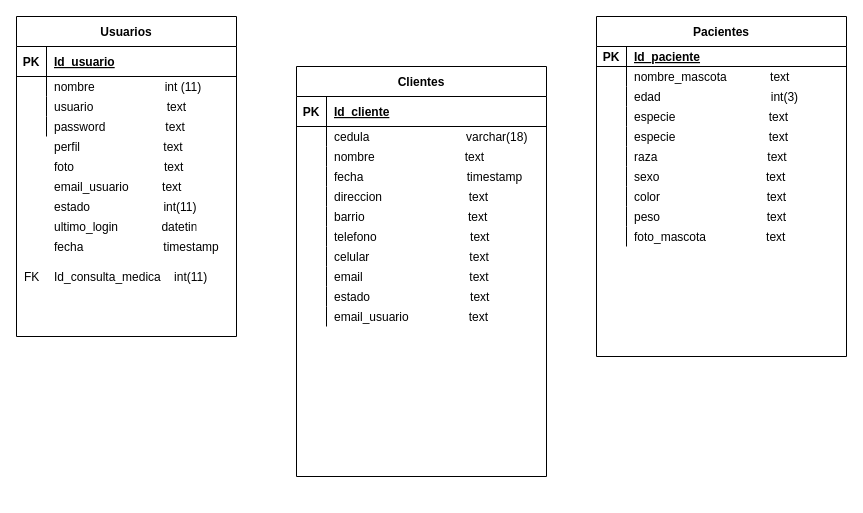
Before: Untitled Diagram.drawio in heberthm/ejemplos-blog, a draw.io diagram. Source tidied: cells renumbered, new cells numbered last; positions are measured from the earlier drawing's top-left corner, leaving out a move shared by most shapes. Both pictures are drawn from the tidied source at 100%, with x=0, y=0 at pixel (16, 16).
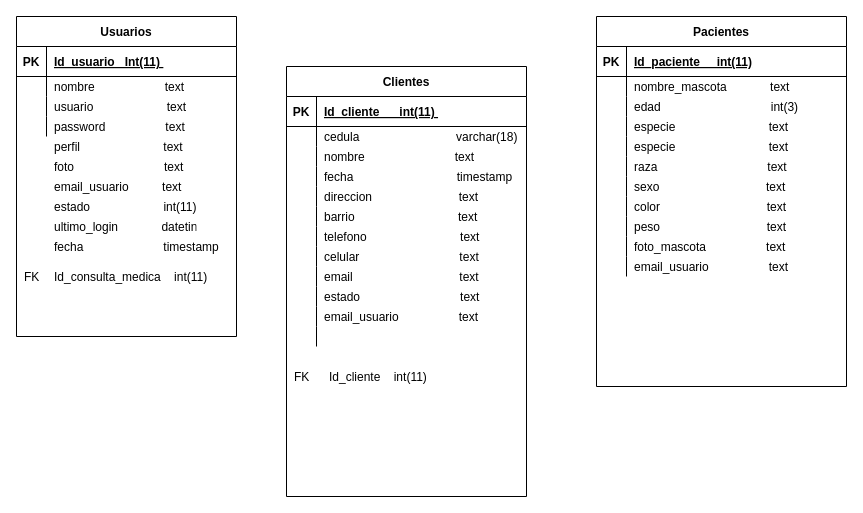
After the change.

Unchanged cells that the change refers to:
```xml
<mxCell id="5" style="shape=partialRectangle;fillColor=none;top=0;left=0;bottom=1;right=0;" parent="4" vertex="1">
  <mxGeometry y="30" width="220" height="30" as="geometry" />
</mxCell>
<mxCell id="8" style="shape=partialRectangle;fillColor=none;top=0;left=0;bottom=0;right=0;" parent="4" vertex="1">
  <mxGeometry y="60" width="220" height="20" as="geometry" />
</mxCell>
```

What changed in the source:
```diff
@@
-    <mxCell id="7" value="Id_usuario" style="shape=partialRectangle;fillColor=none;top=0;left=0;bottom=0;right=0;align=left;spacingLeft=6;fontStyle=5;overflow=hidden;" parent="5" vertex="1">
+    <mxCell id="7" value="Id_usuario   Int(11) " style="shape=partialRectangle;fillColor=none;top=0;left=0;bottom=0;right=0;align=left;spacingLeft=6;fontStyle=5;overflow=hidden;" parent="5" vertex="1">
       <mxGeometry x="30" width="190" height="30" as="geometry" />
     </mxCell>
@@
-    <mxCell id="10" value="nombre                     int (11)" style="shape=partialRectangle;fillColor=none;top=0;left=0;bottom=0;right=0;align=left;spacingLeft=6;overflow=hidden;" parent="8" vertex="1">
+    <mxCell id="10" value="nombre                     text" style="shape=partialRectangle;fillColor=none;top=0;left=0;bottom=0;right=0;align=left;spacingLeft=6;overflow=hidden;" parent="8" vertex="1">
       <mxGeometry x="30" width="190" height="20" as="geometry" />
     </mxCell>
@@
     <mxCell id="23" value="Pacientes" style="shape=table;startSize=30;childLayout=tableLayout;rowLines=0;fontStyle=1;align=center;" parent="1" vertex="1">
-      <mxGeometry x="580" width="250" height="340" as="geometry" />
+      <mxGeometry x="580" width="250" height="370" as="geometry" />
     </mxCell>
     <mxCell id="24" style="shape=partialRectangle;fillColor=none;top=0;left=0;right=0;bottom=1;" parent="23" vertex="1">
-      <mxGeometry y="30" width="250" height="20" as="geometry" />
+      <mxGeometry y="30" width="250" height="30" as="geometry" />
     </mxCell>
     <mxCell id="25" value="PK" style="shape=partialRectangle;overflow=hidden;fillColor=none;top=0;left=0;bottom=0;right=0;fontStyle=1;" parent="24" vertex="1">
-      <mxGeometry width="30" height="20" as="geometry" />
+      <mxGeometry width="30" height="30" as="geometry" />
     </mxCell>
-    <mxCell id="26" value="Id_paciente" style="shape=partialRectangle;overflow=hidden;fillColor=none;top=0;left=0;bottom=0;right=0;align=left;spacingLeft=6;fontStyle=5;" parent="24" vertex="1">
-      <mxGeometry x="30" width="220" height="20" as="geometry" />
+    <mxCell id="26" value="Id_paciente     int(11)" style="shape=partialRectangle;overflow=hidden;fillColor=none;top=0;left=0;bottom=0;right=0;align=left;spacingLeft=6;fontStyle=5;" parent="24" vertex="1">
+      <mxGeometry x="30" width="220" height="30" as="geometry" />
     </mxCell>
     <mxCell id="27" style="shape=partialRectangle;fillColor=none;top=0;left=0;right=0;bottom=0;" parent="23" vertex="1">
-      <mxGeometry y="50" width="250" height="20" as="geometry" />
+      <mxGeometry y="60" width="250" height="20" as="geometry" />
     </mxCell>
@@
     <mxCell id="30" style="shape=partialRectangle;fillColor=none;top=0;left=0;right=0;bottom=0;" parent="23" vertex="1">
-      <mxGeometry y="70" width="250" height="20" as="geometry" />
+      <mxGeometry y="80" width="250" height="20" as="geometry" />
     </mxCell>
@@
     <mxCell id="33" style="shape=partialRectangle;fillColor=none;top=0;left=0;right=0;bottom=0;" parent="23" vertex="1">
-      <mxGeometry y="90" width="250" height="20" as="geometry" />
+      <mxGeometry y="100" width="250" height="20" as="geometry" />
     </mxCell>
@@
     <mxCell id="36" style="shape=partialRectangle;fillColor=none;top=0;left=0;right=0;bottom=0;" parent="23" vertex="1">
-      <mxGeometry y="110" width="250" height="20" as="geometry" />
+      <mxGeometry y="120" width="250" height="20" as="geometry" />
     </mxCell>
@@
     <mxCell id="39" style="shape=partialRectangle;fillColor=none;top=0;left=0;right=0;bottom=0;" parent="23" vertex="1">
-      <mxGeometry y="130" width="250" height="20" as="geometry" />
+      <mxGeometry y="140" width="250" height="20" as="geometry" />
     </mxCell>
@@
     <mxCell id="42" style="shape=partialRectangle;fillColor=none;top=0;left=0;right=0;bottom=0;" parent="23" vertex="1">
-      <mxGeometry y="150" width="250" height="20" as="geometry" />
+      <mxGeometry y="160" width="250" height="20" as="geometry" />
     </mxCell>
@@
     <mxCell id="45" style="shape=partialRectangle;fillColor=none;top=0;left=0;right=0;bottom=0;" parent="23" vertex="1">
-      <mxGeometry y="170" width="250" height="20" as="geometry" />
+      <mxGeometry y="180" width="250" height="20" as="geometry" />
     </mxCell>
@@
     <mxCell id="48" style="shape=partialRectangle;fillColor=none;top=0;left=0;right=0;bottom=0;" parent="23" vertex="1">
-      <mxGeometry y="190" width="250" height="20" as="geometry" />
+      <mxGeometry y="200" width="250" height="20" as="geometry" />
     </mxCell>
@@
     <mxCell id="51" style="shape=partialRectangle;fillColor=none;top=0;left=0;right=0;bottom=0;" parent="23" vertex="1">
-      <mxGeometry y="210" width="250" height="20" as="geometry" />
+      <mxGeometry y="220" width="250" height="20" as="geometry" />
     </mxCell>
@@
+    <mxCell id="88" style="shape=partialRectangle;fillColor=none;top=0;left=0;right=0;bottom=0;" parent="23" vertex="1">
+      <mxGeometry y="240" width="250" height="20" as="geometry" />
+    </mxCell>
+    <mxCell id="89" style="shape=partialRectangle;overflow=hidden;fillColor=none;top=0;left=0;bottom=0;right=0;" parent="88" vertex="1">
+      <mxGeometry width="30" height="20" as="geometry" />
+    </mxCell>
+    <mxCell id="90" value="email_usuario                  text" style="shape=partialRectangle;overflow=hidden;fillColor=none;top=0;left=0;bottom=0;right=0;align=left;spacingLeft=6;" parent="88" vertex="1">
+      <mxGeometry x="30" width="220" height="20" as="geometry" />
+    </mxCell>
     <mxCell id="54" value="Clientes" style="shape=table;startSize=30;childLayout=tableLayout;rowLines=0;fontStyle=1;align=center;" parent="1" vertex="1">
-      <mxGeometry x="280" y="50" width="250" height="410" as="geometry" />
+      <mxGeometry x="270" y="50" width="240" height="430" as="geometry" />
     </mxCell>
     <mxCell id="55" style="shape=partialRectangle;fillColor=none;top=0;left=0;right=0;bottom=1;" parent="54" vertex="1">
-      <mxGeometry y="30" width="250" height="30" as="geometry" />
+      <mxGeometry y="30" width="240" height="30" as="geometry" />
     </mxCell>
@@
-    <mxCell id="57" value="Id_cliente" style="shape=partialRectangle;overflow=hidden;fillColor=none;top=0;left=0;bottom=0;right=0;align=left;spacingLeft=6;fontStyle=5;" parent="55" vertex="1">
-      <mxGeometry x="30" width="220" height="30" as="geometry" />
+    <mxCell id="57" value="Id_cliente      int(11) " style="shape=partialRectangle;overflow=hidden;fillColor=none;top=0;left=0;bottom=0;right=0;align=left;spacingLeft=6;fontStyle=5;" parent="55" vertex="1">
+      <mxGeometry x="30" width="210" height="30" as="geometry" />
     </mxCell>
     <mxCell id="58" style="shape=partialRectangle;fillColor=none;top=0;left=0;right=0;bottom=0;" parent="54" vertex="1">
-      <mxGeometry y="60" width="250" height="20" as="geometry" />
+      <mxGeometry y="60" width="240" height="20" as="geometry" />
     </mxCell>
@@
     <mxCell id="60" value="cedula                             varchar(18)" style="shape=partialRectangle;overflow=hidden;fillColor=none;top=0;left=0;bottom=0;right=0;align=left;spacingLeft=6;" parent="58" vertex="1">
-      <mxGeometry x="30" width="220" height="20" as="geometry" />
+      <mxGeometry x="30" width="210" height="20" as="geometry" />
     </mxCell>
     <mxCell id="61" style="shape=partialRectangle;fillColor=none;top=0;left=0;right=0;bottom=0;" parent="54" vertex="1">
-      <mxGeometry y="80" width="250" height="20" as="geometry" />
+      <mxGeometry y="80" width="240" height="20" as="geometry" />
     </mxCell>
@@
     <mxCell id="63" value="nombre                           text" style="shape=partialRectangle;overflow=hidden;fillColor=none;top=0;left=0;bottom=0;right=0;align=left;spacingLeft=6;" parent="61" vertex="1">
-      <mxGeometry x="30" width="220" height="20" as="geometry" />
+      <mxGeometry x="30" width="210" height="20" as="geometry" />
     </mxCell>
     <mxCell id="64" style="shape=partialRectangle;fillColor=none;top=0;left=0;right=0;bottom=0;" parent="54" vertex="1">
-      <mxGeometry y="100" width="250" height="20" as="geometry" />
+      <mxGeometry y="100" width="240" height="20" as="geometry" />
     </mxCell>
@@
     <mxCell id="66" value="fecha                               timestamp" style="shape=partialRectangle;overflow=hidden;fillColor=none;top=0;left=0;bottom=0;right=0;align=left;spacingLeft=6;" parent="64" vertex="1">
-      <mxGeometry x="30" width="220" height="20" as="geometry" />
+      <mxGeometry x="30" width="210" height="20" as="geometry" />
     </mxCell>
     <mxCell id="67" style="shape=partialRectangle;fillColor=none;top=0;left=0;right=0;bottom=0;" parent="54" vertex="1">
-      <mxGeometry y="120" width="250" height="20" as="geometry" />
+      <mxGeometry y="120" width="240" height="20" as="geometry" />
     </mxCell>
@@
     <mxCell id="69" value="direccion                          text" style="shape=partialRectangle;overflow=hidden;fillColor=none;top=0;left=0;bottom=0;right=0;align=left;spacingLeft=6;" parent="67" vertex="1">
-      <mxGeometry x="30" width="220" height="20" as="geometry" />
+      <mxGeometry x="30" width="210" height="20" as="geometry" />
     </mxCell>
     <mxCell id="70" style="shape=partialRectangle;fillColor=none;top=0;left=0;right=0;bottom=0;" parent="54" vertex="1">
-      <mxGeometry y="140" width="250" height="20" as="geometry" />
+      <mxGeometry y="140" width="240" height="20" as="geometry" />
     </mxCell>
@@
     <mxCell id="72" value="barrio                               text" style="shape=partialRectangle;overflow=hidden;fillColor=none;top=0;left=0;bottom=0;right=0;align=left;spacingLeft=6;" parent="70" vertex="1">
-      <mxGeometry x="30" width="220" height="20" as="geometry" />
+      <mxGeometry x="30" width="210" height="20" as="geometry" />
     </mxCell>
     <mxCell id="73" style="shape=partialRectangle;fillColor=none;top=0;left=0;right=0;bottom=0;" parent="54" vertex="1">
-      <mxGeometry y="160" width="250" height="20" as="geometry" />
+      <mxGeometry y="160" width="240" height="20" as="geometry" />
     </mxCell>
@@
     <mxCell id="75" value="telefono                            text" style="shape=partialRectangle;overflow=hidden;fillColor=none;top=0;left=0;bottom=0;right=0;align=left;spacingLeft=6;" parent="73" vertex="1">
-      <mxGeometry x="30" width="220" height="20" as="geometry" />
+      <mxGeometry x="30" width="210" height="20" as="geometry" />
     </mxCell>
     <mxCell id="76" style="shape=partialRectangle;fillColor=none;top=0;left=0;right=0;bottom=0;" parent="54" vertex="1">
-      <mxGeometry y="180" width="250" height="20" as="geometry" />
+      <mxGeometry y="180" width="240" height="20" as="geometry" />
     </mxCell>
@@
     <mxCell id="78" value="celular                              text" style="shape=partialRectangle;overflow=hidden;fillColor=none;top=0;left=0;bottom=0;right=0;align=left;spacingLeft=6;" parent="76" vertex="1">
-      <mxGeometry x="30" width="220" height="20" as="geometry" />
+      <mxGeometry x="30" width="210" height="20" as="geometry" />
     </mxCell>
     <mxCell id="79" style="shape=partialRectangle;fillColor=none;top=0;left=0;right=0;bottom=0;" parent="54" vertex="1">
-      <mxGeometry y="200" width="250" height="20" as="geometry" />
+      <mxGeometry y="200" width="240" height="20" as="geometry" />
     </mxCell>
@@
     <mxCell id="81" value="email                                text" style="shape=partialRectangle;overflow=hidden;fillColor=none;top=0;left=0;bottom=0;right=0;align=left;spacingLeft=6;" parent="79" vertex="1">
-      <mxGeometry x="30" width="220" height="20" as="geometry" />
+      <mxGeometry x="30" width="210" height="20" as="geometry" />
     </mxCell>
     <mxCell id="82" style="shape=partialRectangle;fillColor=none;top=0;left=0;right=0;bottom=0;" parent="54" vertex="1">
-      <mxGeometry y="220" width="250" height="20" as="geometry" />
+      <mxGeometry y="220" width="240" height="20" as="geometry" />
     </mxCell>
@@
     <mxCell id="84" value="estado                              text " style="shape=partialRectangle;overflow=hidden;fillColor=none;top=0;left=0;bottom=0;right=0;align=left;spacingLeft=6;" parent="82" vertex="1">
-      <mxGeometry x="30" width="220" height="20" as="geometry" />
+      <mxGeometry x="30" width="210" height="20" as="geometry" />
     </mxCell>
     <mxCell id="85" style="shape=partialRectangle;fillColor=none;top=0;left=0;right=0;bottom=0;" parent="54" vertex="1">
-      <mxGeometry y="240" width="250" height="20" as="geometry" />
+      <mxGeometry y="240" width="240" height="20" as="geometry" />
     </mxCell>
@@
     <mxCell id="87" value="email_usuario                  text" style="shape=partialRectangle;overflow=hidden;fillColor=none;top=0;left=0;bottom=0;right=0;align=left;spacingLeft=6;" parent="85" vertex="1">
-      <mxGeometry x="30" width="220" height="20" as="geometry" />
+      <mxGeometry x="30" width="210" height="20" as="geometry" />
     </mxCell>
+    <mxCell id="91" style="shape=partialRectangle;fillColor=none;top=0;left=0;right=0;bottom=0;" parent="54" vertex="1">
+      <mxGeometry y="260" width="240" height="20" as="geometry" />
+    </mxCell>
+    <mxCell id="92" style="shape=partialRectangle;overflow=hidden;fillColor=none;top=0;left=0;bottom=0;right=0;" parent="91" vertex="1">
+      <mxGeometry width="30" height="20" as="geometry" />
+    </mxCell>
+    <mxCell id="93" style="shape=partialRectangle;overflow=hidden;fillColor=none;top=0;left=0;bottom=0;right=0;align=left;spacingLeft=6;" parent="91" vertex="1">
+      <mxGeometry x="30" width="210" height="20" as="geometry" />
+    </mxCell>
+    <mxCell id="94" value="FK" style="shape=partialRectangle;fillColor=none;top=0;left=0;bottom=0;right=0;align=left;spacingLeft=6;overflow=hidden;" parent="1" vertex="1">
+      <mxGeometry x="270" y="350" width="40" height="20" as="geometry" />
+    </mxCell>
+    <mxCell id="95" value="Id_cliente    int(11)" style="shape=partialRectangle;fillColor=none;top=0;left=0;bottom=0;right=0;align=left;spacingLeft=6;overflow=hidden;" parent="1" vertex="1">
+      <mxGeometry x="305" y="350" width="170" height="20" as="geometry" />
+    </mxCell>
```
